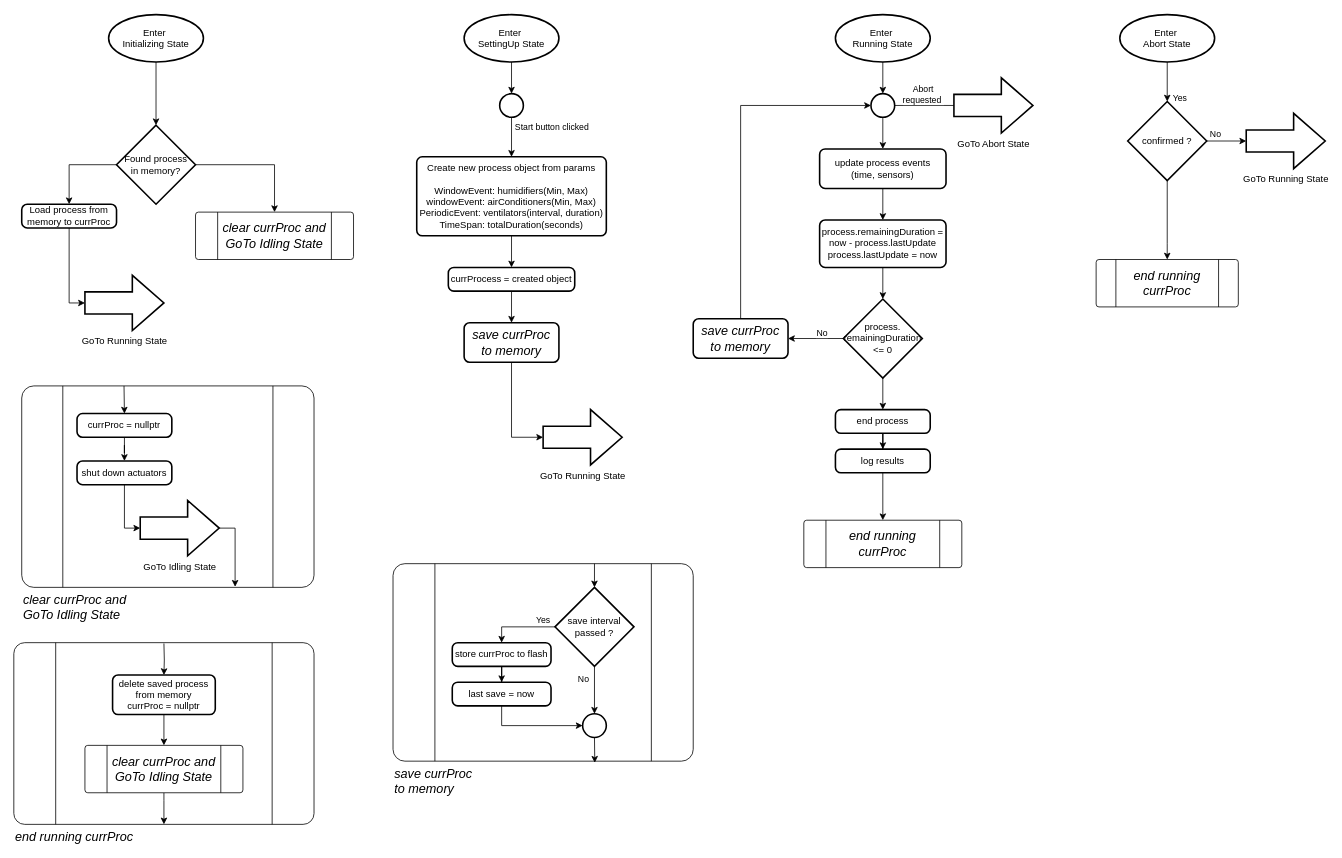
The draw.io diagram page "Process liftime flowchart" (10 of 10) of Documents/SmartSprouter_SystemFlow.drawio in EhudVardi/SmartSprouter, before the edit. Source tidied: cells renumbered, new cells numbered last; positions are measured from the earlier drawing's top-left corner, leaving out a move shared by most shapes. Both pictures are drawn from the tidied source at 79%, with x=0, y=0 at pixel (13, 14).
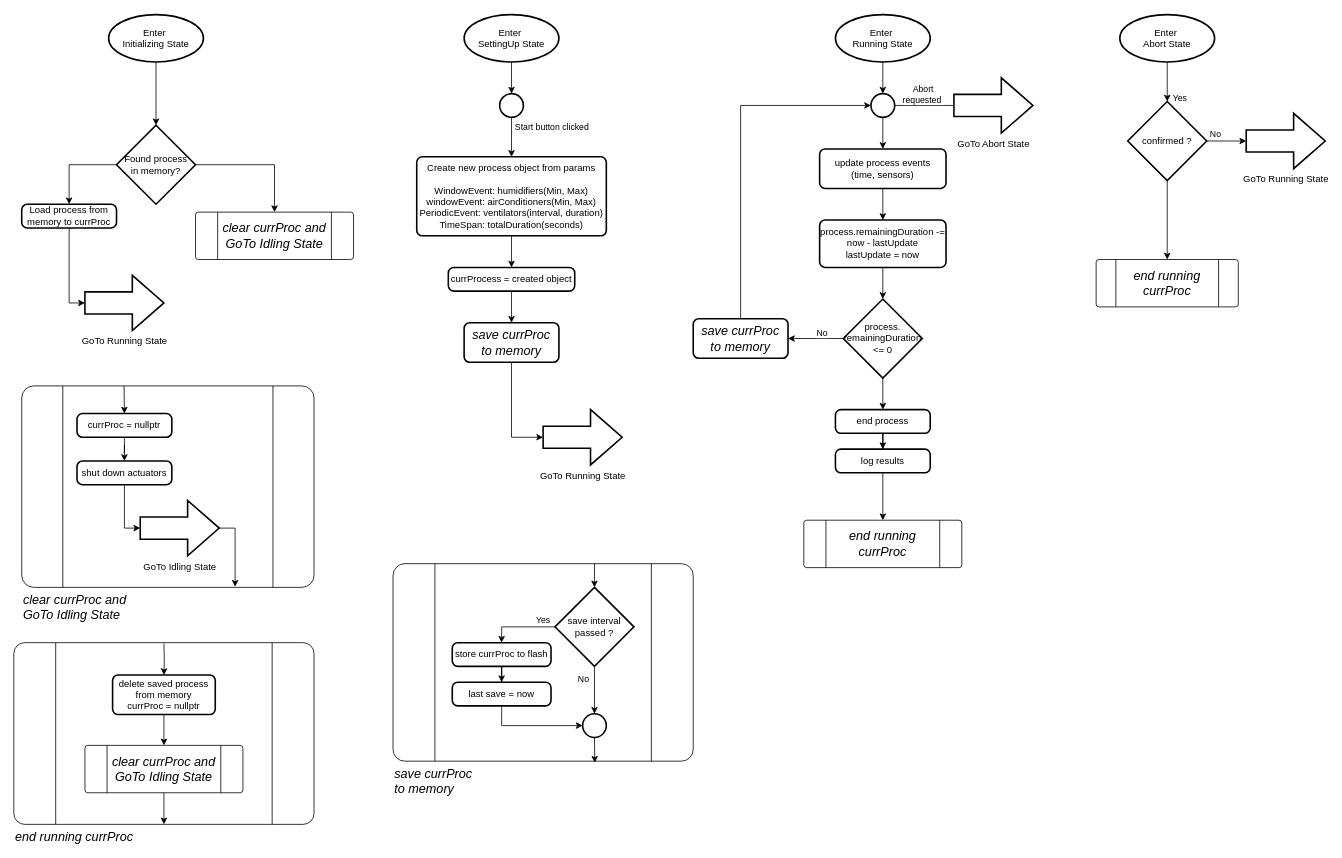
Above is the later version.

Commit message:
update flow chart

Change to the diagram source:
```diff
@@
-    <mxCell id="19" value="process.remainingDuration =&lt;br&gt;now - process.lastUpdate&lt;br&gt;process.lastUpdate = now" style="rounded=1;whiteSpace=wrap;html=1;absoluteArcSize=1;arcSize=14;strokeWidth=2;" parent="1" vertex="1">
+    <mxCell id="19" value="process.remainingDuration -=&lt;br&gt;now - lastUpdate&lt;br&gt;lastUpdate = now" style="rounded=1;whiteSpace=wrap;html=1;absoluteArcSize=1;arcSize=14;strokeWidth=2;" parent="1" vertex="1">
       <mxGeometry x="1020" y="260" width="160" height="60" as="geometry" />
     </mxCell>
```
